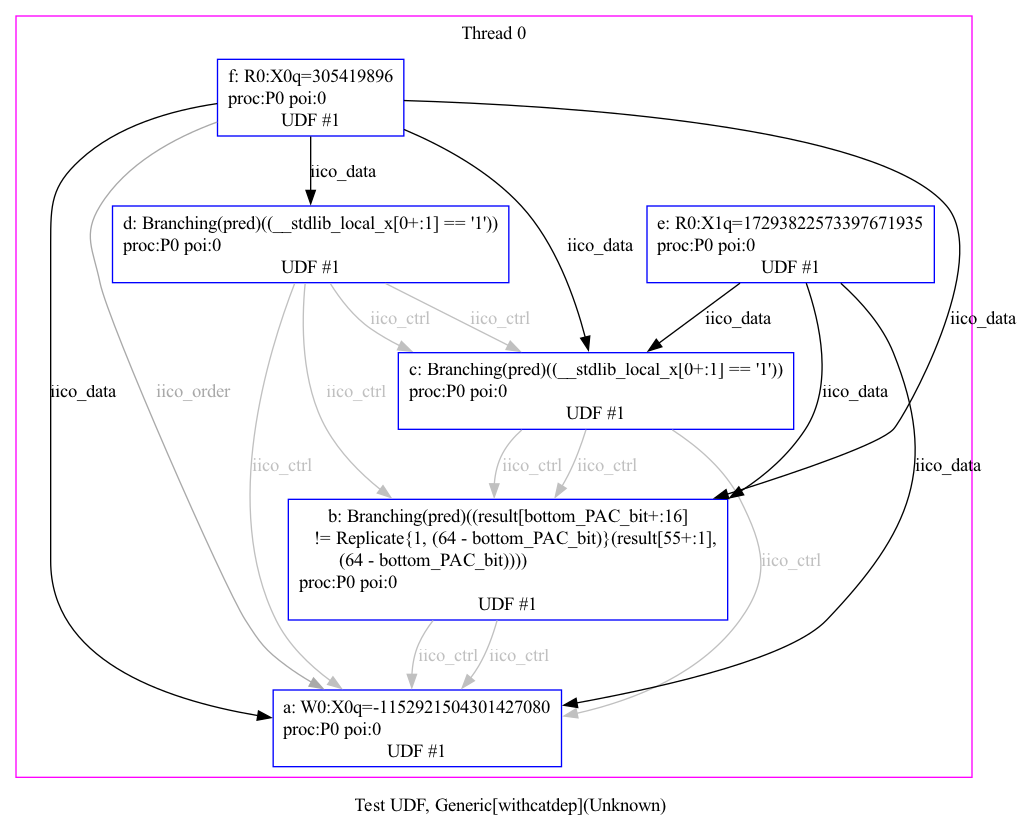
This is pac_tests/notes/no_fpac_predicted_fail.png from herd/herdtools7, a Graphviz export, as it was before one commit. Its source is kept beside it as pac_tests/notes/no_fpac_predicted_fail.dot. The source it was exported from:
```dot
digraph G {


/* legend */
label="Test UDF, Generic[withcatdep](Unknown)";


/* the unlocked events */
subgraph cluster_proc0 { rank=sink; label = "Thread 0"; color=magenta; shape=box;
eiid0 [label="a: W0:X0q=-1152921504301427080\lproc:P0 poi:0\lUDF #1", shape="box", color="blue"];
eiid1 [label="b: Branching(pred)((result[bottom_PAC_bit+:16]
   != Replicate{1, (64 - bottom_PAC_bit)}(result[55+:1],
        (64 - bottom_PAC_bit))))\lproc:P0 poi:0\lUDF #1", shape="box", color="blue"];
eiid2 [label="c: Branching(pred)((__stdlib_local_x[0+:1] == '1'))\lproc:P0 poi:0\lUDF #1", shape="box", color="blue"];
eiid3 [label="d: Branching(pred)((__stdlib_local_x[0+:1] == '1'))\lproc:P0 poi:0\lUDF #1", shape="box", color="blue"];
eiid4 [label="e: R0:X1q=17293822573397671935\lproc:P0 poi:0\lUDF #1", shape="box", color="blue"];
eiid5 [label="f: R0:X0q=305419896\lproc:P0 poi:0\lUDF #1", shape="box", color="blue"];
}

/* the intra_causality_data edges */

eiid4 -> eiid0 [label="iico_data", color="black", fontcolor="black"];
eiid4 -> eiid1 [label="iico_data", color="black", fontcolor="black"];
eiid4 -> eiid2 [label="iico_data", color="black", fontcolor="black"];
eiid5 -> eiid0 [label="iico_data", color="black", fontcolor="black"];
eiid5 -> eiid1 [label="iico_data", color="black", fontcolor="black"];
eiid5 -> eiid2 [label="iico_data", color="black", fontcolor="black"];
eiid5 -> eiid3 [label="iico_data", color="black", fontcolor="black"];

/* the intra_causality_control edges */
eiid1 -> eiid0 [label="iico_ctrl", color="grey", fontcolor="grey"];
eiid2 -> eiid0 [label="iico_ctrl", color="grey", fontcolor="grey"];
eiid2 -> eiid1 [label="iico_ctrl", color="grey", fontcolor="grey"];
eiid3 -> eiid0 [label="iico_ctrl", color="grey", fontcolor="grey"];
eiid3 -> eiid1 [label="iico_ctrl", color="grey", fontcolor="grey"];
eiid3 -> eiid2 [label="iico_ctrl", color="grey", fontcolor="grey"];
eiid5 -> eiid0 [label="iico_order", color="darkgrey", fontcolor="darkgrey"];

/* the poi edges */
/* the rfmap edges */


/* The viewed-before edges */
eiid1 -> eiid0 [label="iico_ctrl", color="grey", fontcolor="grey"];
eiid2 -> eiid1 [label="iico_ctrl", color="grey", fontcolor="grey"];
eiid3 -> eiid2 [label="iico_ctrl", color="grey", fontcolor="grey"];
}
```
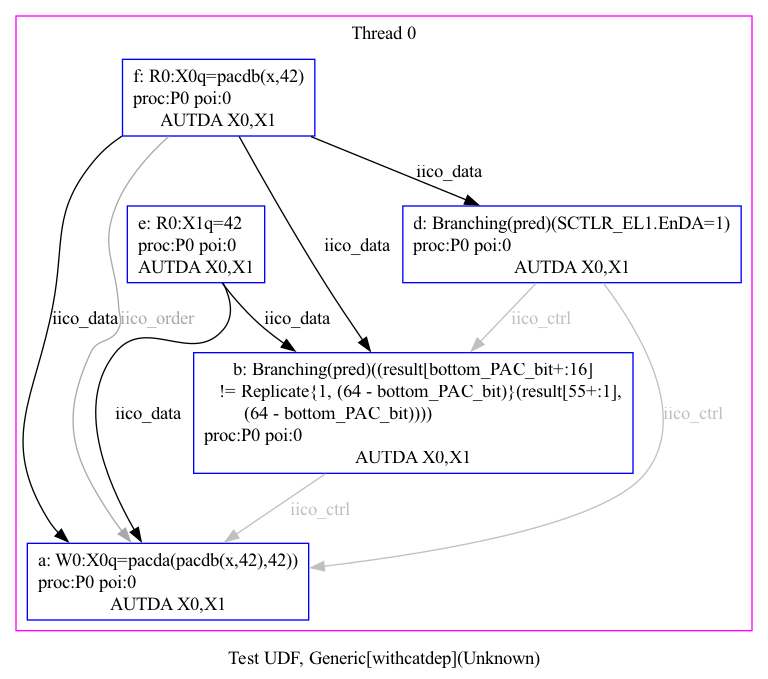
The same diagram one commit later.

What changed in the source:
```diff
@@ -7,41 +7,26 @@
 
 /* the unlocked events */
 subgraph cluster_proc0 { rank=sink; label = "Thread 0"; color=magenta; shape=box;
-eiid0 [label="a: W0:X0q=-1152921504301427080\lproc:P0 poi:0\lUDF #1", shape="box", color="blue"];
+eiid0 [label="a: W0:X0q=pacda(pacdb(x,42),42))\lproc:P0 poi:0\lAUTDA X0,X1", shape="box", color="blue"];
 eiid1 [label="b: Branching(pred)((result[bottom_PAC_bit+:16]
    != Replicate{1, (64 - bottom_PAC_bit)}(result[55+:1],
-        (64 - bottom_PAC_bit))))\lproc:P0 poi:0\lUDF #1", shape="box", color="blue"];
-eiid2 [label="c: Branching(pred)((__stdlib_local_x[0+:1] == '1'))\lproc:P0 poi:0\lUDF #1", shape="box", color="blue"];
-eiid3 [label="d: Branching(pred)((__stdlib_local_x[0+:1] == '1'))\lproc:P0 poi:0\lUDF #1", shape="box", color="blue"];
-eiid4 [label="e: R0:X1q=17293822573397671935\lproc:P0 poi:0\lUDF #1", shape="box", color="blue"];
-eiid5 [label="f: R0:X0q=305419896\lproc:P0 poi:0\lUDF #1", shape="box", color="blue"];
+        (64 - bottom_PAC_bit))))\lproc:P0 poi:0\lAUTDA X0,X1", shape="box", color="blue"];
+eiid3 [label="d: Branching(pred)(SCTLR_EL1.EnDA=1)\lproc:P0 poi:0\lAUTDA X0,X1", shape="box", color="blue"];
+eiid4 [label="e: R0:X1q=42\lproc:P0 poi:0\lAUTDA X0,X1", shape="box", color="blue"];
+eiid5 [label="f: R0:X0q=pacdb(x,42)\lproc:P0 poi:0\lAUTDA X0,X1", shape="box", color="blue"];
 }
 
 /* the intra_causality_data edges */
 
 eiid4 -> eiid0 [label="iico_data", color="black", fontcolor="black"];
 eiid4 -> eiid1 [label="iico_data", color="black", fontcolor="black"];
-eiid4 -> eiid2 [label="iico_data", color="black", fontcolor="black"];
 eiid5 -> eiid0 [label="iico_data", color="black", fontcolor="black"];
 eiid5 -> eiid1 [label="iico_data", color="black", fontcolor="black"];
-eiid5 -> eiid2 [label="iico_data", color="black", fontcolor="black"];
 eiid5 -> eiid3 [label="iico_data", color="black", fontcolor="black"];
 
 /* the intra_causality_control edges */
 eiid1 -> eiid0 [label="iico_ctrl", color="grey", fontcolor="grey"];
-eiid2 -> eiid0 [label="iico_ctrl", color="grey", fontcolor="grey"];
-eiid2 -> eiid1 [label="iico_ctrl", color="grey", fontcolor="grey"];
 eiid3 -> eiid0 [label="iico_ctrl", color="grey", fontcolor="grey"];
 eiid3 -> eiid1 [label="iico_ctrl", color="grey", fontcolor="grey"];
-eiid3 -> eiid2 [label="iico_ctrl", color="grey", fontcolor="grey"];
 eiid5 -> eiid0 [label="iico_order", color="darkgrey", fontcolor="darkgrey"];
-
-/* the poi edges */
-/* the rfmap edges */
-
-
-/* The viewed-before edges */
-eiid1 -> eiid0 [label="iico_ctrl", color="grey", fontcolor="grey"];
-eiid2 -> eiid1 [label="iico_ctrl", color="grey", fontcolor="grey"];
-eiid3 -> eiid2 [label="iico_ctrl", color="grey", fontcolor="grey"];
 }
```
